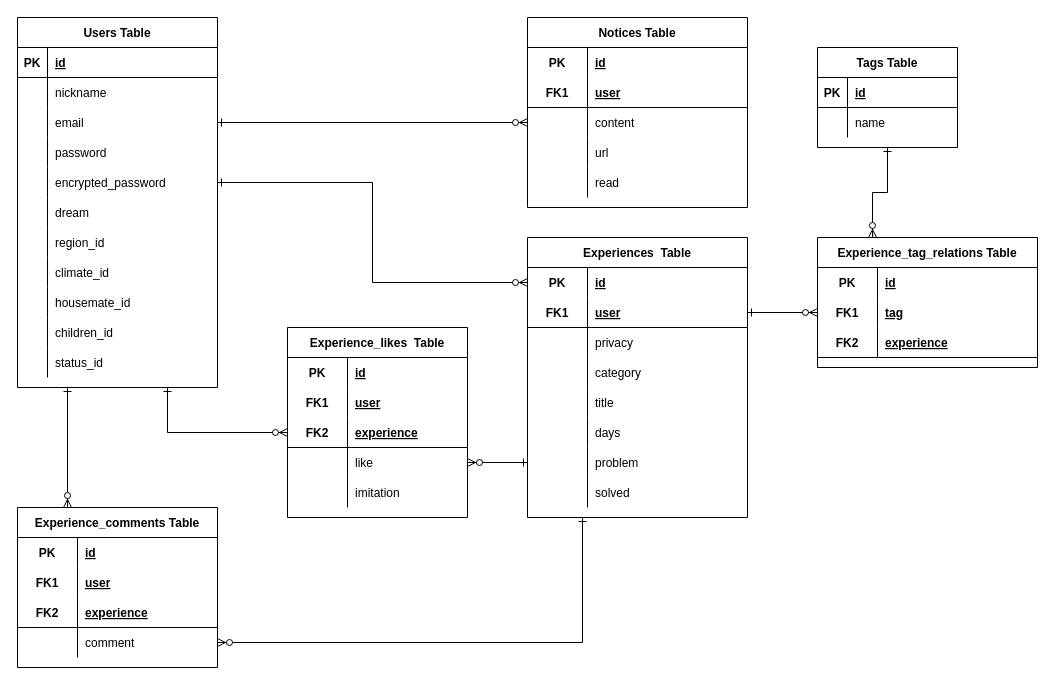
Earlier version of the draw.io diagram doc/table-experience.dio (ryohei-takasugi/minimalismshare). Source tidied: cells renumbered, new cells numbered last; positions are measured from the earlier drawing's top-left corner, leaving out a move shared by most shapes. Both pictures are drawn from the tidied source at 100%, with x=0, y=0 at pixel (17, 17).
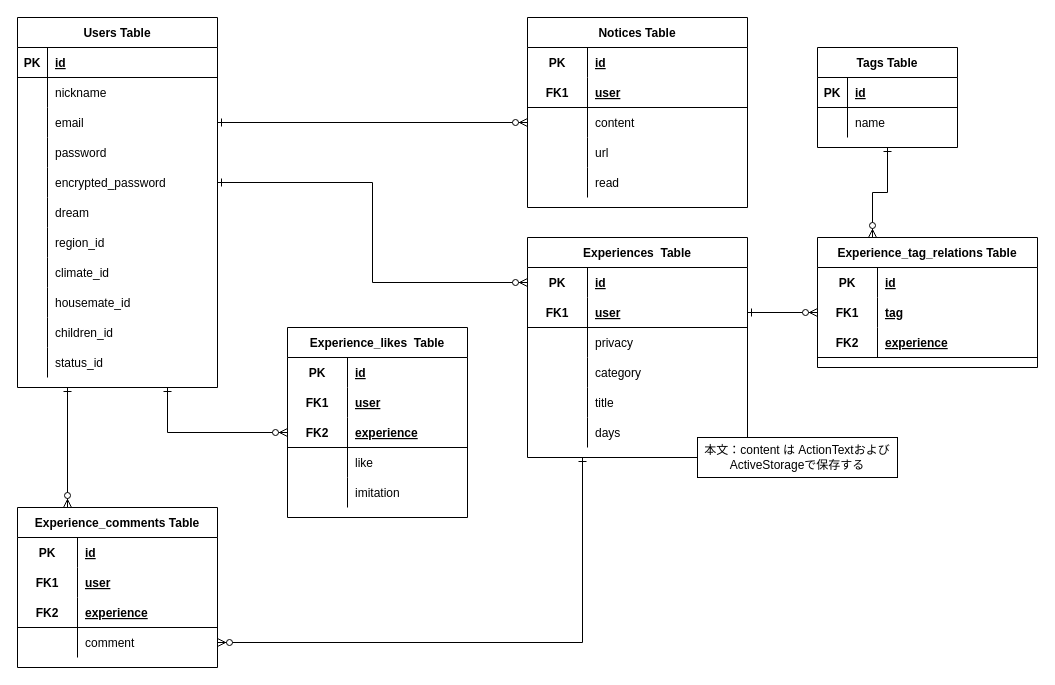
The same diagram, later.

Unchanged cells that the change refers to:
```xml
<mxCell id="124" style="shape=partialRectangle;fillColor=none;top=0;left=0;bottom=0;right=0;points=[[0,0.5],[1,0.5]];portConstraint=eastwest;" parent="114" vertex="1">
  <mxGeometry y="120" width="180" height="30" as="geometry" />
</mxCell>
```

Diff of the diagram source:
```diff
@@
     <mxCell id="56" value="Experiences  Table" style="shape=table;startSize=30;childLayout=tableLayout;rowLines=0;fontStyle=1;align=center;" parent="1" vertex="1">
-      <mxGeometry x="510" y="220" width="220" height="280" as="geometry" />
+      <mxGeometry x="510" y="220" width="220" height="220" as="geometry" />
     </mxCell>
@@
-    <mxCell id="75" style="shape=partialRectangle;fillColor=none;top=0;left=0;bottom=0;right=0;points=[[0,0.5],[1,0.5]];portConstraint=eastwest;" parent="56" vertex="1">
-      <mxGeometry y="210" width="220" height="30" as="geometry" />
-    </mxCell>
-    <mxCell id="76" style="shape=partialRectangle;fillColor=none;top=0;left=0;bottom=0;right=0;overflow=hidden;" parent="75" vertex="1">
-      <mxGeometry width="60" height="30" as="geometry" />
-    </mxCell>
-    <mxCell id="77" value="problem" style="shape=partialRectangle;fillColor=none;top=0;left=0;bottom=0;right=0;align=left;spacingLeft=6;overflow=hidden;" parent="75" vertex="1">
-      <mxGeometry x="60" width="160" height="30" as="geometry" />
-    </mxCell>
-    <mxCell id="78" style="shape=partialRectangle;fillColor=none;top=0;left=0;bottom=0;right=0;" parent="56" vertex="1">
-      <mxGeometry y="240" width="220" height="30" as="geometry" />
-    </mxCell>
-    <mxCell id="79" style="shape=partialRectangle;fillColor=none;top=0;left=0;bottom=0;right=0;overflow=hidden;" parent="78" vertex="1">
-      <mxGeometry width="60" height="30" as="geometry" />
-    </mxCell>
-    <mxCell id="80" value="solved" style="shape=partialRectangle;fillColor=none;top=0;left=0;bottom=0;right=0;align=left;spacingLeft=6;overflow=hidden;" parent="78" vertex="1">
-      <mxGeometry x="60" width="160" height="30" as="geometry" />
-    </mxCell>
@@
-    <mxCell id="131" style="edgeStyle=orthogonalEdgeStyle;rounded=0;jettySize=auto;html=1;exitX=0;exitY=0.5;exitDx=0;exitDy=0;entryX=1;entryY=0.5;entryDx=0;entryDy=0;endArrow=ERzeroToMany;endFill=1;startArrow=ERone;startFill=0;" parent="1" edge="1" source="75" target="124">
+    <mxCell id="131" style="edgeStyle=orthogonalEdgeStyle;rounded=0;jettySize=auto;html=1;exitX=0;exitY=0.5;exitDx=0;exitDy=0;entryX=1;entryY=0.5;entryDx=0;entryDy=0;endArrow=ERzeroToMany;endFill=1;startArrow=ERone;startFill=0;" parent="1" edge="1" target="124">
       <mxGeometry relative="1" as="geometry" />
     </mxCell>
+    <mxCell id="132" value="本文：content は ActionTextおよびActiveStorageで保存する" style="whiteSpace=wrap;html=1;align=center;" parent="1" vertex="1">
+      <mxGeometry x="680" y="420" width="200" height="40" as="geometry" />
+    </mxCell>
```
